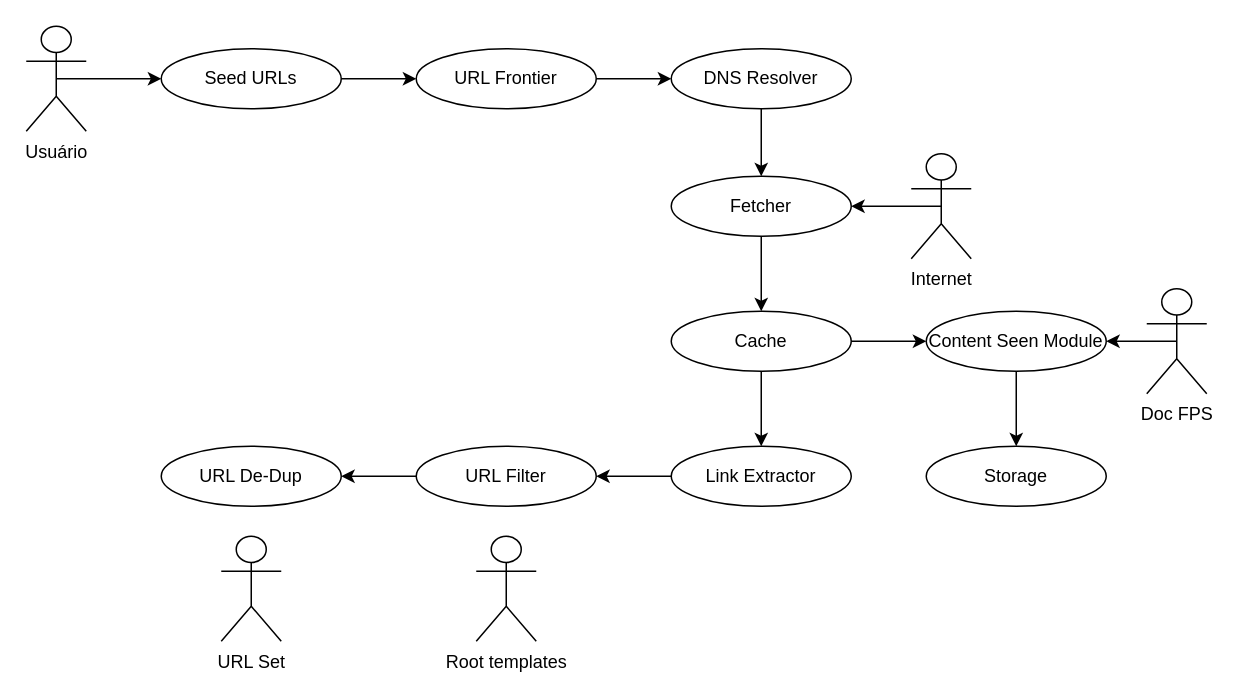
RafaelGMMachado/ModelagemDeSoftware keeps this draw.io diagram as Projeto2/Diagramas/1.CasosDeUso/CasosDeUso.drawio. Above is the earlier version. Source tidied: cells renumbered, new cells numbered last; positions are measured from the earlier drawing's top-left corner, leaving out a move shared by most shapes. Both pictures are drawn from the tidied source at 150%, with x=0, y=0 at pixel (26, 26).
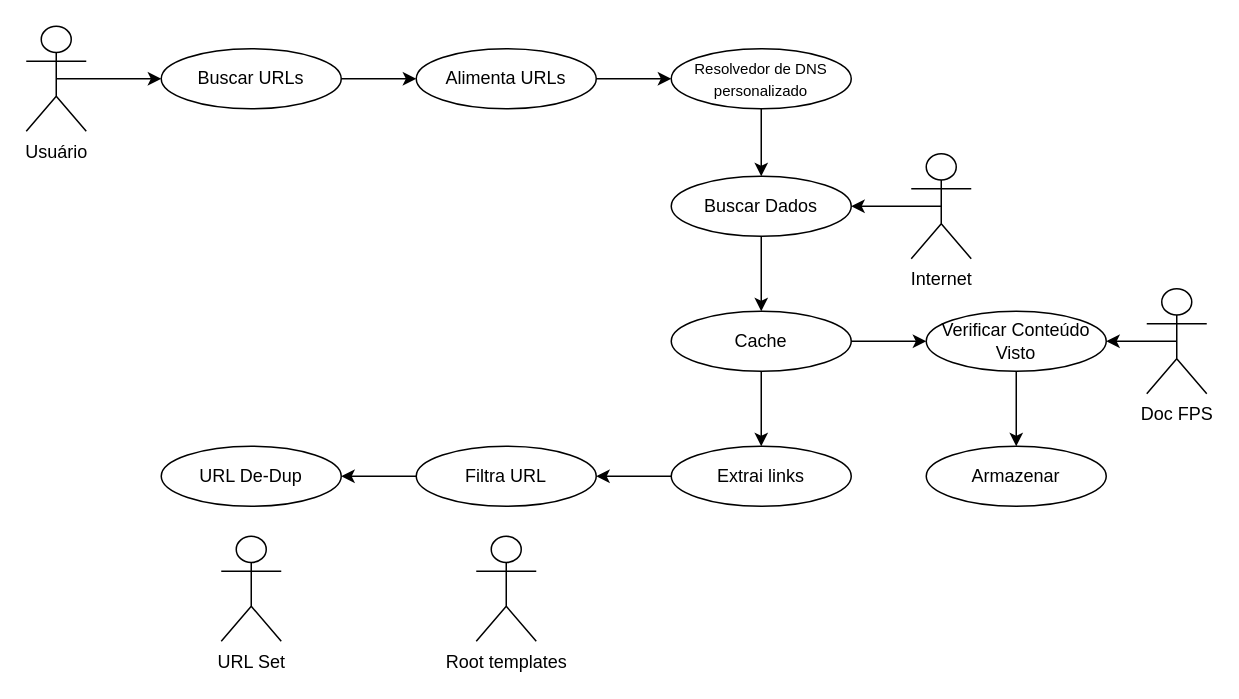
The same diagram, later.

Change to the diagram source:
```diff
@@
-    <mxCell id="5" value="Seed URLs" style="ellipse;whiteSpace=wrap;html=1;" parent="1" vertex="1">
+    <mxCell id="5" value="Buscar URLs" style="ellipse;whiteSpace=wrap;html=1;" parent="1" vertex="1">
       <mxGeometry x="90" y="15" width="120" height="40" as="geometry" />
     </mxCell>
@@
-    <mxCell id="7" value="URL Frontier" style="ellipse;whiteSpace=wrap;html=1;" parent="1" vertex="1">
+    <mxCell id="7" value="Alimenta URLs" style="ellipse;whiteSpace=wrap;html=1;" parent="1" vertex="1">
       <mxGeometry x="260" y="15" width="120" height="40" as="geometry" />
     </mxCell>
@@
-    <mxCell id="9" value="DNS Resolver" style="ellipse;whiteSpace=wrap;html=1;" parent="1" vertex="1">
+    <mxCell id="9" value="&lt;font style=&quot;font-size: 10px;&quot;&gt;Resolvedor de DNS personalizado&lt;/font&gt;" style="ellipse;whiteSpace=wrap;html=1;" parent="1" vertex="1">
       <mxGeometry x="430" y="15" width="120" height="40" as="geometry" />
     </mxCell>
@@
-    <mxCell id="11" value="Fetcher" style="ellipse;whiteSpace=wrap;html=1;" parent="1" vertex="1">
+    <mxCell id="11" value="Buscar Dados" style="ellipse;whiteSpace=wrap;html=1;" parent="1" vertex="1">
       <mxGeometry x="430" y="100" width="120" height="40" as="geometry" />
     </mxCell>
@@
-    <mxCell id="16" value="Link Extractor" style="ellipse;whiteSpace=wrap;html=1;" parent="1" vertex="1">
+    <mxCell id="16" value="Extrai links" style="ellipse;whiteSpace=wrap;html=1;" parent="1" vertex="1">
       <mxGeometry x="430" y="280" width="120" height="40" as="geometry" />
     </mxCell>
@@
-    <mxCell id="18" value="Content Seen Module" style="ellipse;whiteSpace=wrap;html=1;" parent="1" vertex="1">
+    <mxCell id="18" value="Verificar Conteúdo Visto" style="ellipse;whiteSpace=wrap;html=1;" parent="1" vertex="1">
       <mxGeometry x="600" y="190" width="120" height="40" as="geometry" />
     </mxCell>
-    <mxCell id="19" value="Storage" style="ellipse;whiteSpace=wrap;html=1;" parent="1" vertex="1">
+    <mxCell id="19" value="Armazenar" style="ellipse;whiteSpace=wrap;html=1;" parent="1" vertex="1">
       <mxGeometry x="600" y="280" width="120" height="40" as="geometry" />
     </mxCell>
@@
-    <mxCell id="21" value="URL Filter" style="ellipse;whiteSpace=wrap;html=1;" parent="1" vertex="1">
+    <mxCell id="21" value="Filtra URL" style="ellipse;whiteSpace=wrap;html=1;" parent="1" vertex="1">
       <mxGeometry x="260" y="280" width="120" height="40" as="geometry" />
     </mxCell>
```
